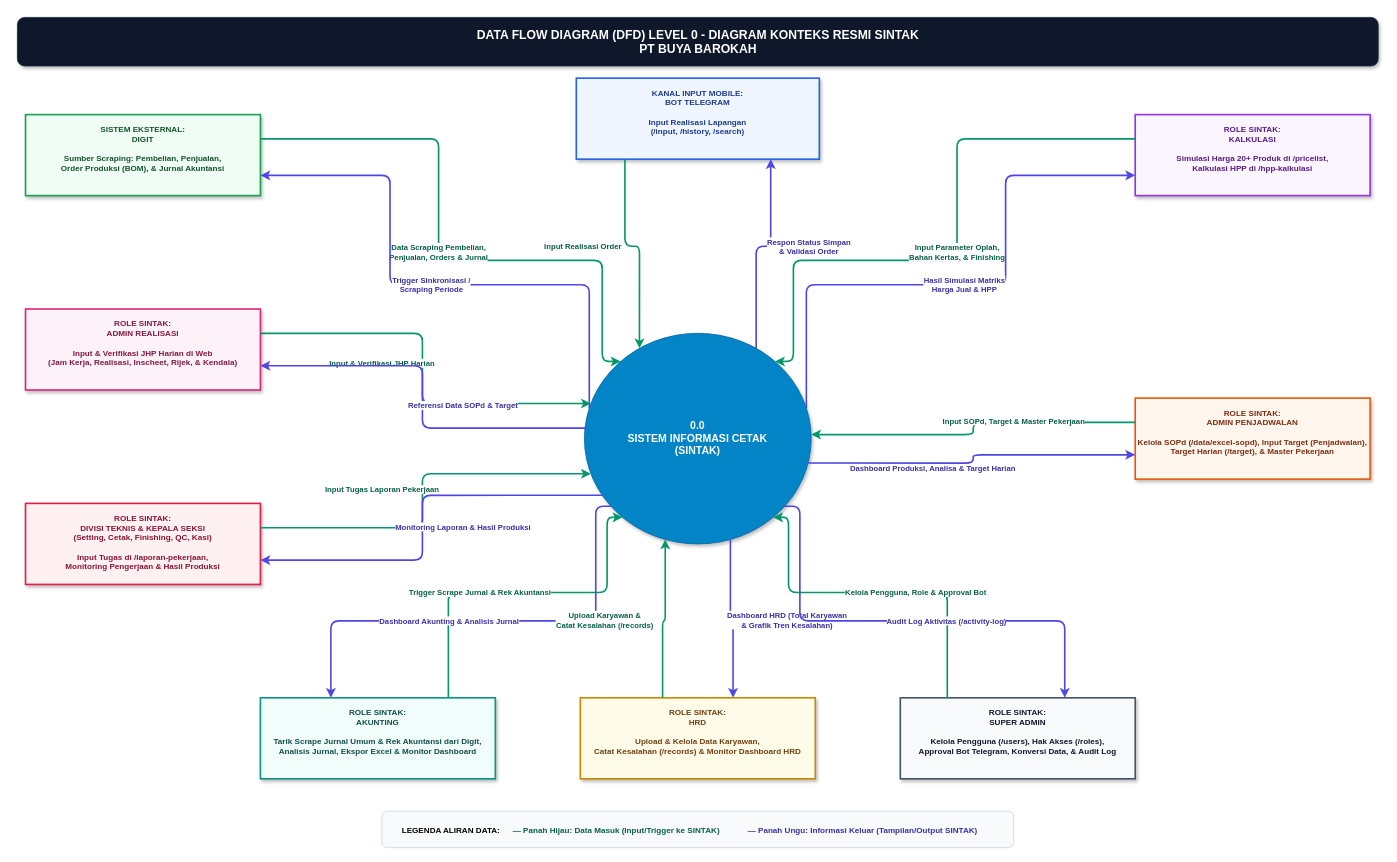
Earlier version of the draw.io diagram page "DFD Level 0 - Diagram Konteks" (1 of 2) of sintak-dfd.drawio (nauval131922-2/sintak_pt_buya_barokah). Source tidied: cells renumbered, new cells numbered last; positions are measured from the earlier drawing's top-left corner, leaving out a move shared by most shapes. Both pictures are drawn from the tidied source at 81%, with x=0, y=0 at pixel (17, 17).
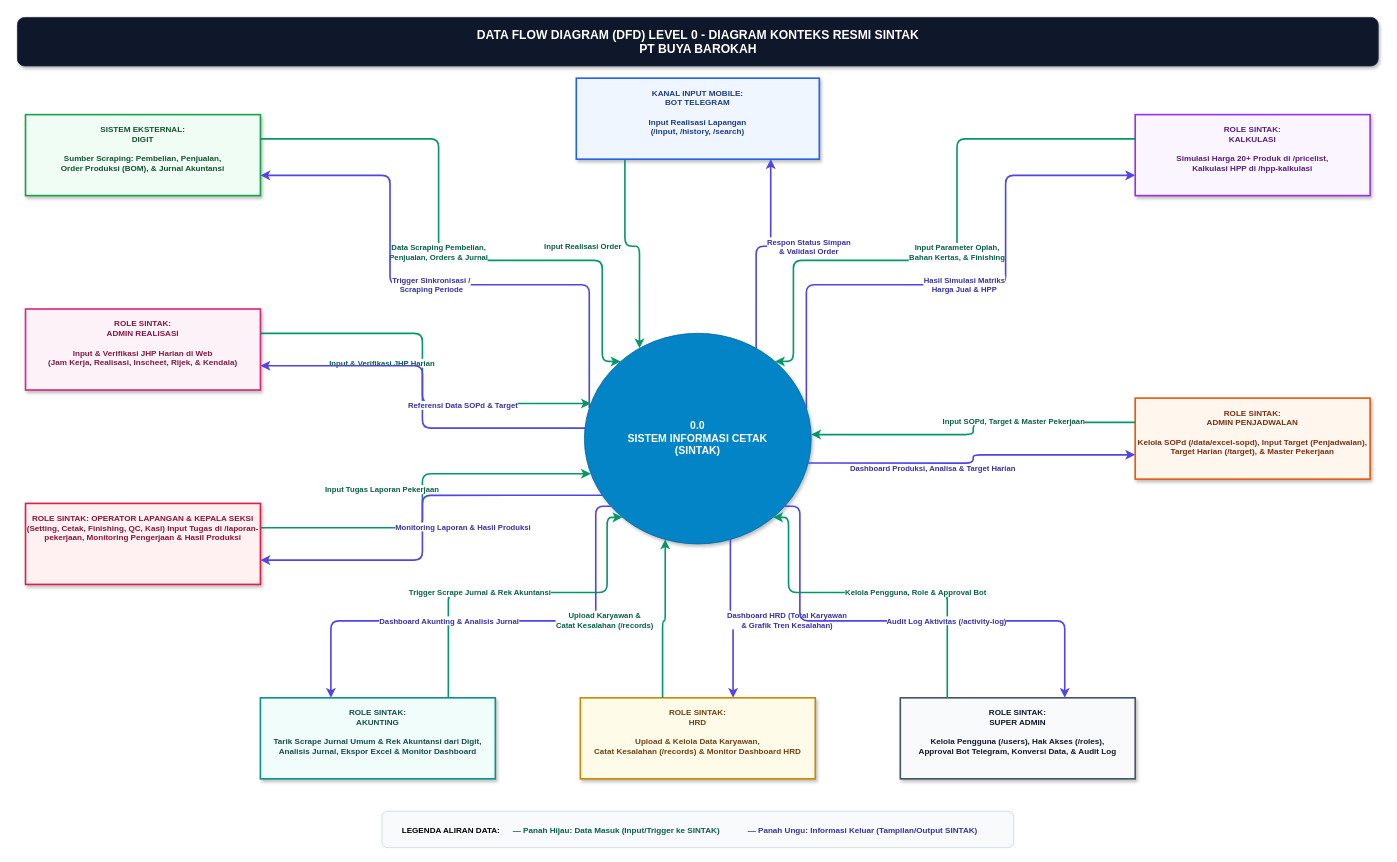
After the change.

Commit message (it also covers changes not shown here):
docs: jelaskan secara rinci peran operator lapangan Setting, Cetak, Finishing, QC, dan Kasi serta bersihkan istilah teknis yang ambigu

What changed in the source:
```diff
@@
-    <mxCell id="8" value="ROLE SINTAK:&#10;DIVISI TEKNIS &amp; KEPALA SEKSI&#10;(Setting, Cetak, Finishing, QC, Kasi)&#10;&#10;Input Tugas di /laporan-pekerjaan,&#10;Monitoring Pengerjaan &amp; Hasil Produksi" style="rounded=0;whiteSpace=wrap;html=1;shadow=1;fontSize=10;fontStyle=1;align=center;verticalAlign=top;spacingTop=6;strokeWidth=2;fillColor=#fff1f2;strokeColor=#e11d48;fontColor=#881337;" parent="1" vertex="1">
+    <mxCell id="8" value="ROLE SINTAK:&amp;#xa;OPERATOR LAPANGAN &amp;amp; KEPALA SEKSI&amp;#xa;(Setting, Cetak, Finishing, QC, Kasi)&amp;#xa;&amp;#xa;Input Tugas di /laporan-pekerjaan,&amp;#xa;Monitoring Pengerjaan &amp;amp; Hasil Produksi" style="rounded=0;whiteSpace=wrap;html=1;shadow=1;fontSize=10;fontStyle=1;align=center;verticalAlign=top;spacingTop=6;strokeWidth=2;fillColor=#fff1f2;strokeColor=#e11d48;fontColor=#881337;" parent="1" vertex="1">
       <mxGeometry x="10" y="600" width="290" height="100" as="geometry" />
     </mxCell>
```
